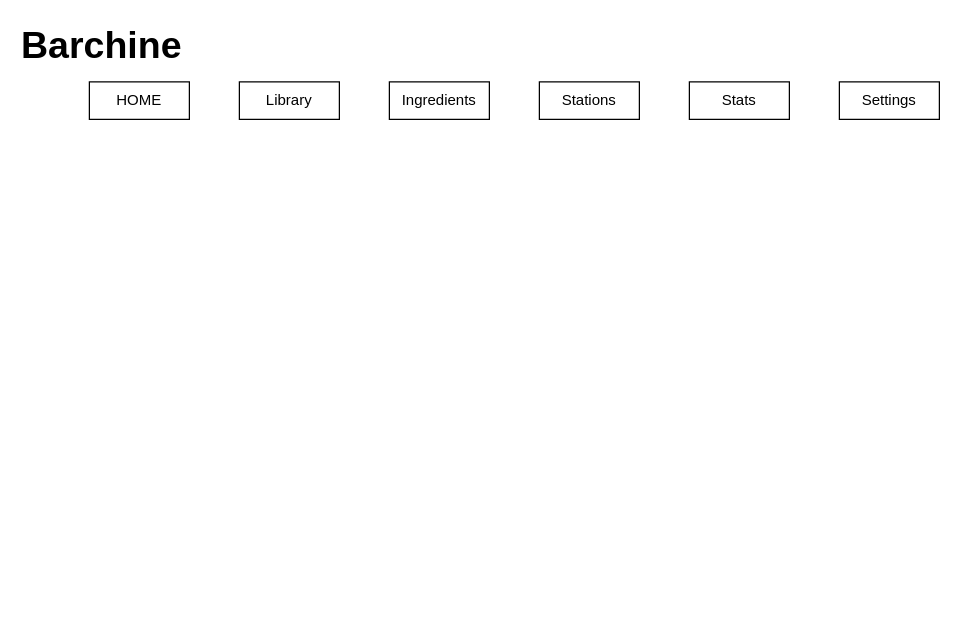
Earlier version of the draw.io diagram page "Ingredients" (3 of 6) of Barchine Layouts.drawio (IcyMint/Barchine). Source tidied: cells renumbered, new cells numbered last; positions are measured from the earlier drawing's top-left corner, leaving out a move shared by most shapes. Both pictures are drawn from the tidied source at 125%, with x=0, y=0 at pixel (76, 31).
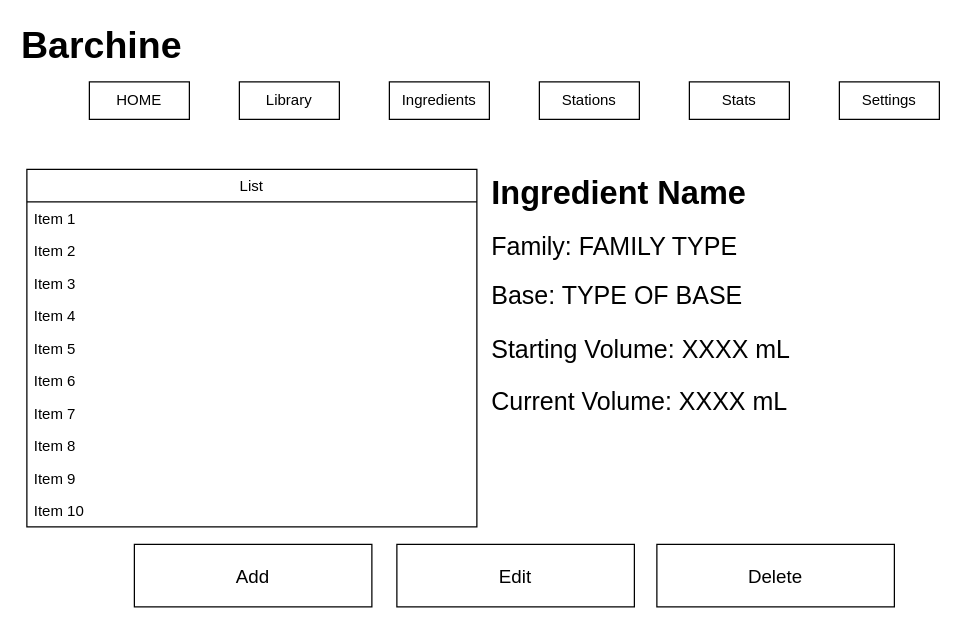
The same page after the edit.

Diff of the diagram source:
```diff
@@
+    <mxCell id="9" value="List" style="swimlane;fontStyle=0;horizontal=1;startSize=26;fillColor=none;swimlaneFillColor=none;align=center;" parent="1" vertex="1">
+      <mxGeometry x="-40" y="110" width="360" height="286" as="geometry" />
+    </mxCell>
+    <mxCell id="10" value="Item 1" style="text;strokeColor=none;fillColor=none;align=left;verticalAlign=top;spacingLeft=4;spacingRight=4;overflow=hidden;" parent="9" vertex="1">
+      <mxGeometry y="26" width="360" height="26" as="geometry" />
+    </mxCell>
+    <mxCell id="11" value="Item 2" style="text;strokeColor=none;fillColor=none;align=left;verticalAlign=top;spacingLeft=4;spacingRight=4;overflow=hidden;" parent="9" vertex="1">
+      <mxGeometry y="52" width="360" height="26" as="geometry" />
+    </mxCell>
+    <mxCell id="12" value="Item 3" style="text;strokeColor=none;fillColor=none;align=left;verticalAlign=top;spacingLeft=4;spacingRight=4;overflow=hidden;" parent="9" vertex="1">
+      <mxGeometry y="78" width="360" height="26" as="geometry" />
+    </mxCell>
+    <mxCell id="13" value="Item 4&#10;" style="text;strokeColor=none;fillColor=none;align=left;verticalAlign=top;spacingLeft=4;spacingRight=4;overflow=hidden;" parent="9" vertex="1">
+      <mxGeometry y="104" width="360" height="26" as="geometry" />
+    </mxCell>
+    <mxCell id="14" value="Item 5" style="text;strokeColor=none;fillColor=none;align=left;verticalAlign=top;spacingLeft=4;spacingRight=4;overflow=hidden;" parent="9" vertex="1">
+      <mxGeometry y="130" width="360" height="26" as="geometry" />
+    </mxCell>
+    <mxCell id="15" value="Item 6" style="text;strokeColor=none;fillColor=none;align=left;verticalAlign=top;spacingLeft=4;spacingRight=4;overflow=hidden;" parent="9" vertex="1">
+      <mxGeometry y="156" width="360" height="26" as="geometry" />
+    </mxCell>
+    <mxCell id="16" value="Item 7" style="text;strokeColor=none;fillColor=none;align=left;verticalAlign=top;spacingLeft=4;spacingRight=4;overflow=hidden;" parent="9" vertex="1">
+      <mxGeometry y="182" width="360" height="26" as="geometry" />
+    </mxCell>
+    <mxCell id="17" value="Item 8" style="text;strokeColor=none;fillColor=none;align=left;verticalAlign=top;spacingLeft=4;spacingRight=4;overflow=hidden;" parent="9" vertex="1">
+      <mxGeometry y="208" width="360" height="26" as="geometry" />
+    </mxCell>
+    <mxCell id="18" value="Item 9" style="text;strokeColor=none;fillColor=none;align=left;verticalAlign=top;spacingLeft=4;spacingRight=4;overflow=hidden;" parent="9" vertex="1">
+      <mxGeometry y="234" width="360" height="26" as="geometry" />
+    </mxCell>
+    <mxCell id="19" value="Item 10" style="text;strokeColor=none;fillColor=none;align=left;verticalAlign=top;spacingLeft=4;spacingRight=4;overflow=hidden;" parent="9" vertex="1">
+      <mxGeometry y="260" width="360" height="26" as="geometry" />
+    </mxCell>
+    <mxCell id="20" value="&lt;font size=&quot;1&quot;&gt;&lt;b style=&quot;font-size: 26px&quot;&gt;Ingredient Name&lt;/b&gt;&lt;/font&gt;" style="text;html=1;strokeColor=none;fillColor=none;align=left;verticalAlign=middle;whiteSpace=wrap;rounded=0;" parent="1" vertex="1">
+      <mxGeometry x="330" y="109" width="230" height="40" as="geometry" />
+    </mxCell>
+    <mxCell id="21" value="&lt;font style=&quot;font-size: 20px&quot;&gt;Family: FAMILY TYPE&lt;/font&gt;" style="text;html=1;strokeColor=none;fillColor=none;align=left;verticalAlign=middle;whiteSpace=wrap;rounded=0;" parent="1" vertex="1">
+      <mxGeometry x="330" y="160" width="210" height="21" as="geometry" />
+    </mxCell>
+    <mxCell id="22" value="&lt;font style=&quot;font-size: 20px&quot;&gt;Base: TYPE OF BASE&lt;/font&gt;" style="text;html=1;strokeColor=none;fillColor=none;align=left;verticalAlign=middle;whiteSpace=wrap;rounded=0;" parent="1" vertex="1">
+      <mxGeometry x="330" y="200" width="230" height="20" as="geometry" />
+    </mxCell>
+    <mxCell id="23" value="&lt;font style=&quot;font-size: 15px&quot;&gt;Edit&lt;/font&gt;" style="rounded=0;whiteSpace=wrap;html=1;fillColor=none;" parent="1" vertex="1">
+      <mxGeometry x="256" y="410" width="190" height="50" as="geometry" />
+    </mxCell>
+    <mxCell id="24" value="&lt;font style=&quot;font-size: 15px&quot;&gt;Delete&lt;/font&gt;" style="rounded=0;whiteSpace=wrap;html=1;fillColor=none;" parent="1" vertex="1">
+      <mxGeometry x="464" y="410" width="190" height="50" as="geometry" />
+    </mxCell>
+    <mxCell id="25" value="&lt;font style=&quot;font-size: 15px&quot;&gt;Add&lt;/font&gt;" style="rounded=0;whiteSpace=wrap;html=1;fillColor=none;" parent="1" vertex="1">
+      <mxGeometry x="46" y="410" width="190" height="50" as="geometry" />
+    </mxCell>
+    <mxCell id="26" value="&lt;font style=&quot;font-size: 20px&quot;&gt;Starting Volume: XXXX mL&lt;/font&gt;" style="text;html=1;strokeColor=none;fillColor=none;align=left;verticalAlign=middle;whiteSpace=wrap;rounded=0;" parent="1" vertex="1">
+      <mxGeometry x="330" y="238" width="260" height="30" as="geometry" />
+    </mxCell>
+    <mxCell id="27" value="&lt;font style=&quot;font-size: 20px&quot;&gt;Current Volume: XXXX mL&lt;/font&gt;" style="text;html=1;strokeColor=none;fillColor=none;align=left;verticalAlign=middle;whiteSpace=wrap;rounded=0;" parent="1" vertex="1">
+      <mxGeometry x="330" y="280" width="250" height="30" as="geometry" />
+    </mxCell>
```
